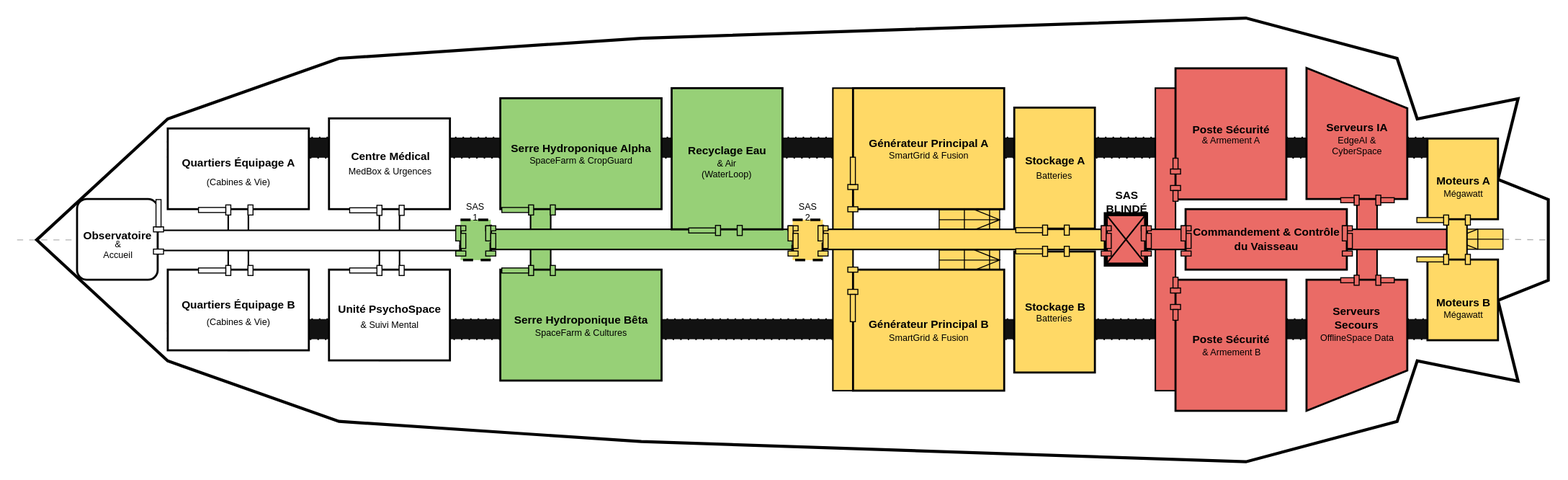
Before: Vaisseau mère.drawio.svg, a diagram exported from draw.io (Nyvetis/ESA-Energy-Project). Source tidied: cells renumbered, new cells last; positions are measured from the earlier drawing's top-left corner, leaving out a move shared by most shapes.
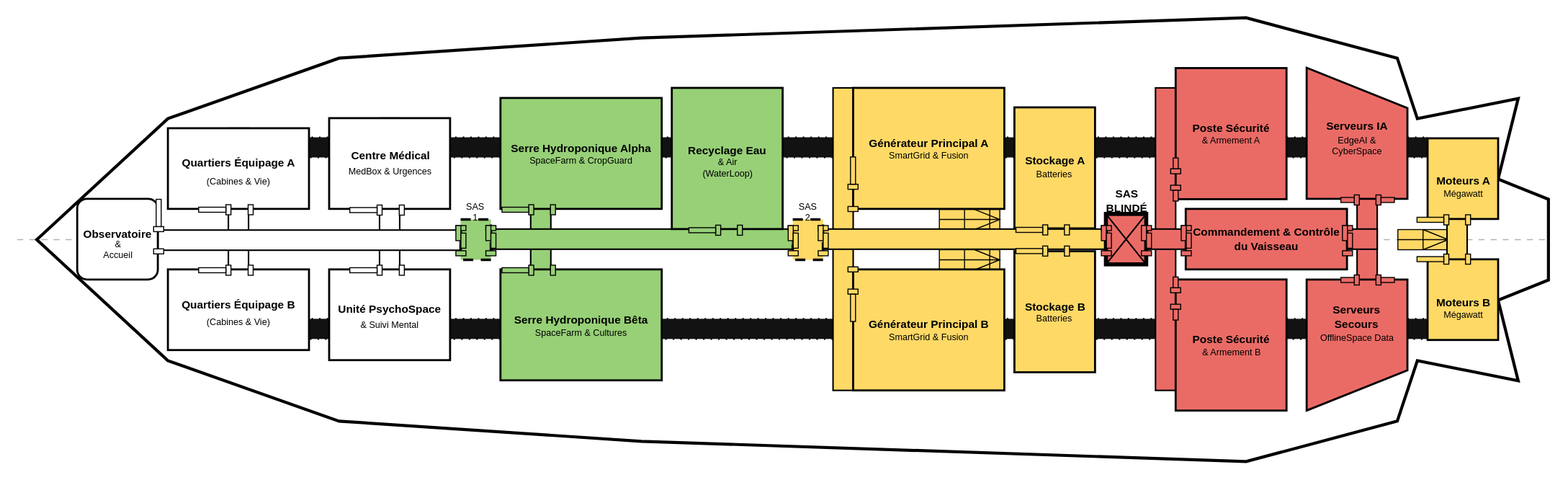
After the change.

Diff of the diagram source:
```diff
@@ -67,7 +67,7 @@
       <mxGeometry x="81.5" y="224.4" width="37" height="11" as="geometry" />
     </mxCell>
     <mxCell id="22" style="rounded=0;whiteSpace=wrap;html=1;fillColor=#EA6B66;strokeColor=#000000;strokeWidth=1.5;opacity=100;fillOpacity=100;strokeOpacity=100;" parent="1" vertex="1">
-      <mxGeometry x="1121.3" y="210" width="298" height="20" as="geometry" />
+      <mxGeometry x="1121.3" y="210" width="228.7" height="20" as="geometry" />
     </mxCell>
     <mxCell id="23" style="rounded=0;whiteSpace=wrap;html=1;fillColor=#ffffff;strokeColor=#000000;strokeWidth=2.0;opacity=100;fillOpacity=100;strokeOpacity=100;" parent="1" vertex="1">
       <mxGeometry x="150" y="110" width="140" height="80" as="geometry" />
@@ -189,8 +189,8 @@
     <mxCell id="60" value="SAS BLINDÉ" style="text;html=1;strokeColor=none;fillColor=none;align=center;verticalAlign=middle;whiteSpace=wrap;rounded=0;fontSize=11.0;fontColor=#000000;fontFamily=Arial, sans-serif;opacity=100;fontStyle=1;" parent="1" vertex="1">
       <mxGeometry x="1067.5" y="175.7" width="66.5" height="13.2" as="geometry" />
     </mxCell>
-    <mxCell id="61" style="verticalLabelPosition=bottom;html=1;verticalAlign=top;align=center;shape=mxgraph.floorplan.stairs;fillColor=#FFD966;rotation=-180;" parent="1" vertex="1">
-      <mxGeometry x="1454.5" y="209.3" width="20" height="20" as="geometry" />
+    <mxCell id="61" style="verticalLabelPosition=bottom;html=1;verticalAlign=top;align=center;shape=mxgraph.floorplan.stairs;fillColor=#FFD966;rotation=-180;direction=west;" parent="1" vertex="1">
+      <mxGeometry x="1370" y="210" width="20" height="20" as="geometry" />
     </mxCell>
     <mxCell id="62" style="rounded=0;whiteSpace=wrap;html=1;fillColor=#EA6B66;strokeColor=#000000;strokeWidth=2.0;opacity=100;fillOpacity=100;strokeOpacity=100;" parent="1" vertex="1">
       <mxGeometry x="1150" y="50.3" width="110" height="130" as="geometry" />
```
